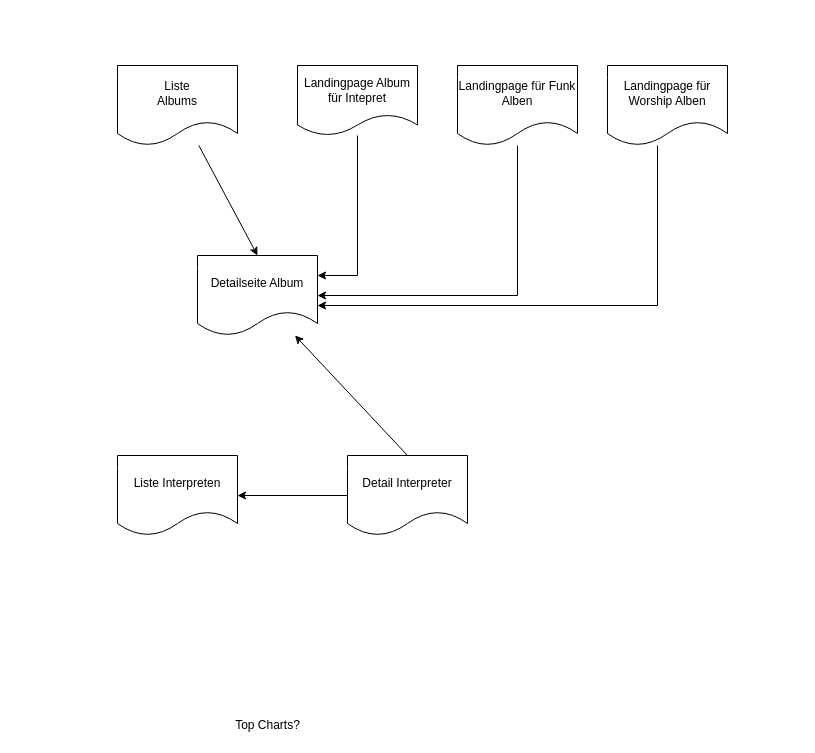
The draw.io diagram page "Views" (2 of 10) of Untitled Diagram.drawio in free-prayer-bird/demo-repo, before the edit. Source tidied: cells renumbered, new cells numbered last; positions are measured from the earlier drawing's top-left corner, leaving out a move shared by most shapes. Both pictures are drawn from the tidied source at 100%, with x=0, y=0 at pixel (117, 65).
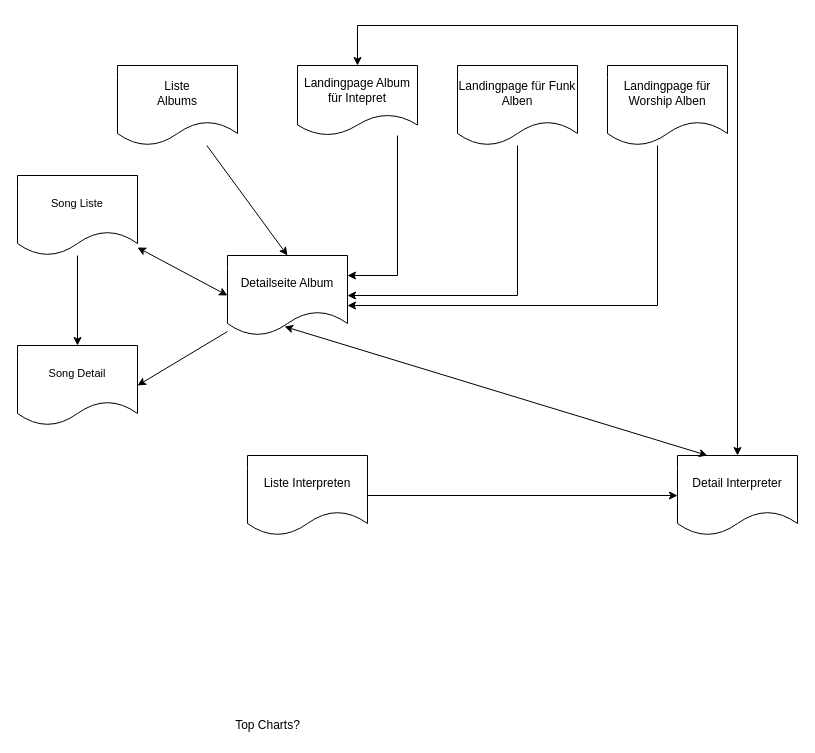
The same diagram, later.

Unchanged cells that the change refers to:
```xml
<mxCell id="5" value="Landingpage Album für Intepret" style="shape=document;whiteSpace=wrap;html=1;boundedLbl=1;" parent="1" vertex="1">
  <mxGeometry x="180" width="120" height="70" as="geometry" />
</mxCell>
```

What changed in the source:
```diff
@@
     <mxCell id="4" style="edgeStyle=orthogonalEdgeStyle;rounded=0;jettySize=auto;html=1;entryX=1;entryY=0.25;entryDx=0;entryDy=0;" parent="1" edge="1" source="5" target="6">
       <mxGeometry relative="1" as="geometry">
         <Array as="points">
-          <mxPoint x="240" y="210" />
+          <mxPoint x="280" y="210" />
         </Array>
       </mxGeometry>
     </mxCell>
@@
+    <mxCell id="16" style="rounded=0;jettySize=auto;html=1;entryX=1;entryY=0.5;entryDx=0;entryDy=0;fontFamily=Helvetica;fontSize=11;fontColor=#000000;startArrow=none;startFill=0;endArrow=classic;endFill=1;" parent="1" edge="1" source="6" target="21">
+      <mxGeometry relative="1" as="geometry" />
+    </mxCell>
     <mxCell id="6" value="Detailseite Album" style="shape=document;whiteSpace=wrap;html=1;boundedLbl=1;" parent="1" vertex="1">
-      <mxGeometry x="80" y="190" width="120" height="80" as="geometry" />
+      <mxGeometry x="110" y="190" width="120" height="80" as="geometry" />
     </mxCell>
+    <mxCell id="17" style="edgeStyle=orthogonalEdgeStyle;rounded=0;jettySize=auto;html=1;fontFamily=Helvetica;fontSize=11;fontColor=#000000;" parent="1" edge="1" source="7" target="10">
+      <mxGeometry relative="1" as="geometry" />
+    </mxCell>
     <mxCell id="7" value="Liste Interpreten" style="shape=document;whiteSpace=wrap;html=1;boundedLbl=1;" parent="1" vertex="1">
-      <mxGeometry y="390" width="120" height="80" as="geometry" />
+      <mxGeometry x="130" y="390" width="120" height="80" as="geometry" />
     </mxCell>
-    <mxCell id="8" style="edgeStyle=none;rounded=0;jettySize=auto;html=1;exitX=0.5;exitY=0;exitDx=0;exitDy=0;" parent="1" edge="1" source="10" target="6">
-      <mxGeometry relative="1" as="geometry" />
-    </mxCell>
-    <mxCell id="9" style="edgeStyle=none;rounded=0;jettySize=auto;html=1;exitX=0;exitY=0.5;exitDx=0;exitDy=0;entryX=1;entryY=0.5;entryDx=0;entryDy=0;" parent="1" edge="1" source="10" target="7">
-      <mxGeometry relative="1" as="geometry" />
-    </mxCell>
     <mxCell id="10" value="Detail Interpreter" style="shape=document;whiteSpace=wrap;html=1;boundedLbl=1;" parent="1" vertex="1">
-      <mxGeometry x="230" y="390" width="120" height="80" as="geometry" />
+      <mxGeometry x="560" y="390" width="120" height="80" as="geometry" />
     </mxCell>
@@
+    <mxCell id="18" style="edgeStyle=none;rounded=0;jettySize=auto;html=1;entryX=0.5;entryY=0;entryDx=0;entryDy=0;fontFamily=Helvetica;fontSize=11;fontColor=#000000;" parent="1" edge="1" source="20" target="21">
+      <mxGeometry relative="1" as="geometry" />
+    </mxCell>
+    <mxCell id="19" style="edgeStyle=none;rounded=0;jettySize=auto;html=1;entryX=0;entryY=0.5;entryDx=0;entryDy=0;fontFamily=Helvetica;fontSize=11;fontColor=#000000;startArrow=classic;startFill=1;" parent="1" edge="1" source="20" target="6">
+      <mxGeometry relative="1" as="geometry" />
+    </mxCell>
+    <mxCell id="20" value="Song Liste" style="shape=document;whiteSpace=wrap;html=1;boundedLbl=1;rounded=0;shadow=0;glass=0;labelBackgroundColor=#FFFFFF;sketch=0;fontFamily=Helvetica;fontSize=11;" parent="1" vertex="1">
+      <mxGeometry x="-100" y="110" width="120" height="80" as="geometry" />
+    </mxCell>
+    <mxCell id="21" value="Song Detail" style="shape=document;whiteSpace=wrap;html=1;boundedLbl=1;rounded=0;shadow=0;glass=0;labelBackgroundColor=#FFFFFF;sketch=0;fontFamily=Helvetica;fontSize=11;" parent="1" vertex="1">
+      <mxGeometry x="-100" y="280" width="120" height="80" as="geometry" />
+    </mxCell>
+    <mxCell id="22" style="endArrow=classic;startArrow=classic;html=1;rounded=0;fontFamily=Helvetica;fontSize=11;fontColor=#000000;edgeStyle=orthogonalEdgeStyle;exitX=0.5;exitY=0;exitDx=0;exitDy=0;" parent="1" edge="1" source="5" target="10">
+      <mxGeometry relative="1" as="geometry">
+        <Array as="points">
+          <mxPoint x="240" y="-40" />
+          <mxPoint x="620" y="-40" />
+        </Array>
+      </mxGeometry>
+    </mxCell>
+    <mxCell id="8" style="endArrow=classic;startArrow=classic;html=1;rounded=0;fontFamily=Helvetica;fontSize=11;fontColor=#000000;entryX=0.475;entryY=0.888;entryDx=0;entryDy=0;entryPerimeter=0;exitX=0.25;exitY=0;exitDx=0;exitDy=0;" parent="1" edge="1" source="10" target="6">
+      <mxGeometry relative="1" as="geometry" />
+    </mxCell>
```
